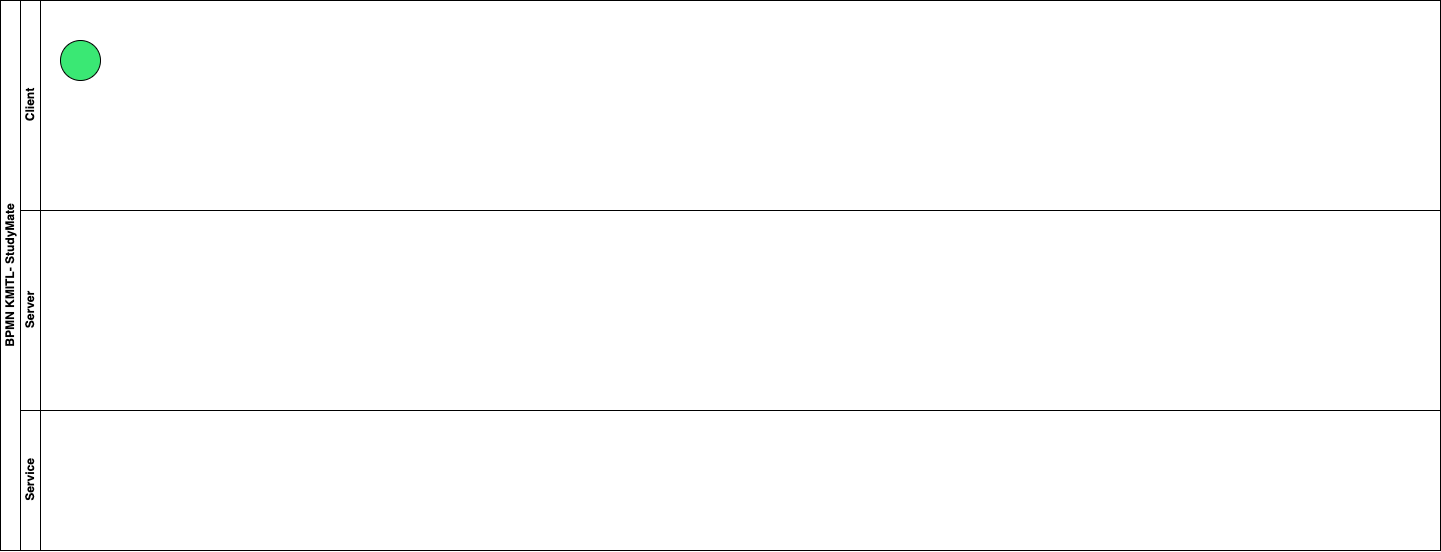
The draw.io diagram BPMN.drawio.png in thanatat64/CEPP-BPMN, before a commit. Source tidied: cells renumbered, new cells last; positions are measured from the earlier drawing's top-left corner, leaving out a move shared by most shapes. The source it was exported from:
```xml
<mxGraphModel>
  <root>
    <mxCell id="0" />
    <mxCell id="1" parent="0" />
    <mxCell id="2" value="BPMN KMITL- StudyMate" style="swimlane;html=1;horizontal=0;startSize=20;whiteSpace=wrap;" parent="1" vertex="1">
      <mxGeometry width="1440" height="550" as="geometry" />
    </mxCell>
    <mxCell id="3" value="Client" style="swimlane;html=1;startSize=20;horizontal=0;" parent="2" vertex="1">
      <mxGeometry x="20" width="1420" height="210" as="geometry" />
    </mxCell>
    <mxCell id="4" style="points=[[0.145,0.145,0],[0.5,0,0],[0.855,0.145,0],[1,0.5,0],[0.855,0.855,0],[0.5,1,0],[0.145,0.855,0],[0,0.5,0]];shape=mxgraph.bpmn.event;html=1;verticalLabelPosition=bottom;labelBackgroundColor=#ffffff;verticalAlign=top;align=center;perimeter=ellipsePerimeter;outlineConnect=0;outline=standard;symbol=general;fillColor=#3AE874;" parent="3" vertex="1">
      <mxGeometry x="40" y="40" width="40" height="40" as="geometry" />
    </mxCell>
    <mxCell id="5" value="Server" style="swimlane;html=1;startSize=20;horizontal=0;" parent="2" vertex="1">
      <mxGeometry x="20" y="210" width="1420" height="200" as="geometry" />
    </mxCell>
    <mxCell id="6" value="Service" style="swimlane;html=1;startSize=20;horizontal=0;" parent="2" vertex="1">
      <mxGeometry x="20" y="410" width="1420" height="140" as="geometry" />
    </mxCell>
  </root>
</mxGraphModel>
```
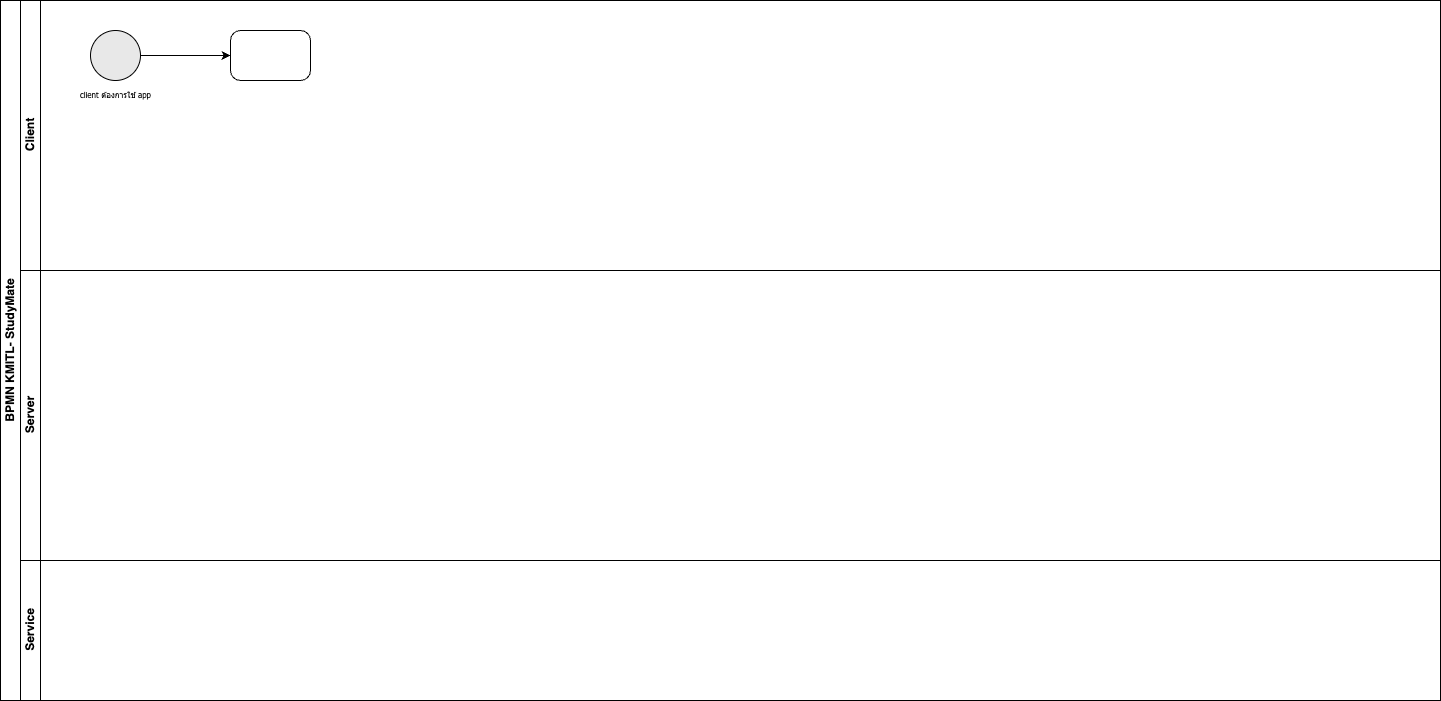
The same diagram one commit later.

Diff of the diagram source:
```diff
@@ -3,19 +3,25 @@
     <mxCell id="0" />
     <mxCell id="1" parent="0" />
     <mxCell id="2" value="BPMN KMITL- StudyMate" style="swimlane;html=1;horizontal=0;startSize=20;whiteSpace=wrap;" parent="1" vertex="1">
-      <mxGeometry width="1440" height="550" as="geometry" />
+      <mxGeometry width="1440" height="700" as="geometry" />
     </mxCell>
     <mxCell id="3" value="Client" style="swimlane;html=1;startSize=20;horizontal=0;" parent="2" vertex="1">
-      <mxGeometry x="20" width="1420" height="210" as="geometry" />
+      <mxGeometry x="20" width="1420" height="270" as="geometry" />
     </mxCell>
+    <mxCell id="7" style="edgeStyle=none;html=1;" parent="3" edge="1" source="4" target="8">
+      <mxGeometry relative="1" as="geometry" />
+    </mxCell>
-    <mxCell id="4" style="points=[[0.145,0.145,0],[0.5,0,0],[0.855,0.145,0],[1,0.5,0],[0.855,0.855,0],[0.5,1,0],[0.145,0.855,0],[0,0.5,0]];shape=mxgraph.bpmn.event;html=1;verticalLabelPosition=bottom;labelBackgroundColor=#ffffff;verticalAlign=top;align=center;perimeter=ellipsePerimeter;outlineConnect=0;outline=standard;symbol=general;fillColor=#3AE874;" parent="3" vertex="1">
-      <mxGeometry x="40" y="40" width="40" height="40" as="geometry" />
+    <mxCell id="4" value="&lt;font style=&quot;font-size: 8px;&quot; face=&quot;Tahoma&quot;&gt;client ต้องการใช้ app&lt;/font&gt;" style="points=[[0.145,0.145,0],[0.5,0,0],[0.855,0.145,0],[1,0.5,0],[0.855,0.855,0],[0.5,1,0],[0.145,0.855,0],[0,0.5,0]];shape=mxgraph.bpmn.event;html=1;verticalLabelPosition=bottom;labelBackgroundColor=#ffffff;verticalAlign=top;align=center;perimeter=ellipsePerimeter;outlineConnect=0;outline=standard;symbol=general;fillColor=#E8E8E8;" parent="3" vertex="1">
+      <mxGeometry x="70" y="30" width="50" height="50" as="geometry" />
     </mxCell>
+    <mxCell id="8" style="points=[[0.25,0,0],[0.5,0,0],[0.75,0,0],[1,0.25,0],[1,0.5,0],[1,0.75,0],[0.75,1,0],[0.5,1,0],[0.25,1,0],[0,0.75,0],[0,0.5,0],[0,0.25,0]];shape=mxgraph.bpmn.task;whiteSpace=wrap;rectStyle=rounded;size=10;html=1;taskMarker=abstract;fillColor=#FFFFFF;" parent="3" vertex="1">
+      <mxGeometry x="210" y="30" width="80" height="50" as="geometry" />
+    </mxCell>
     <mxCell id="5" value="Server" style="swimlane;html=1;startSize=20;horizontal=0;" parent="2" vertex="1">
-      <mxGeometry x="20" y="210" width="1420" height="200" as="geometry" />
+      <mxGeometry x="20" y="270" width="1420" height="290" as="geometry" />
     </mxCell>
     <mxCell id="6" value="Service" style="swimlane;html=1;startSize=20;horizontal=0;" parent="2" vertex="1">
-      <mxGeometry x="20" y="410" width="1420" height="140" as="geometry" />
+      <mxGeometry x="20" y="560" width="1420" height="140" as="geometry" />
     </mxCell>
   </root>
 </mxGraphModel>
```
